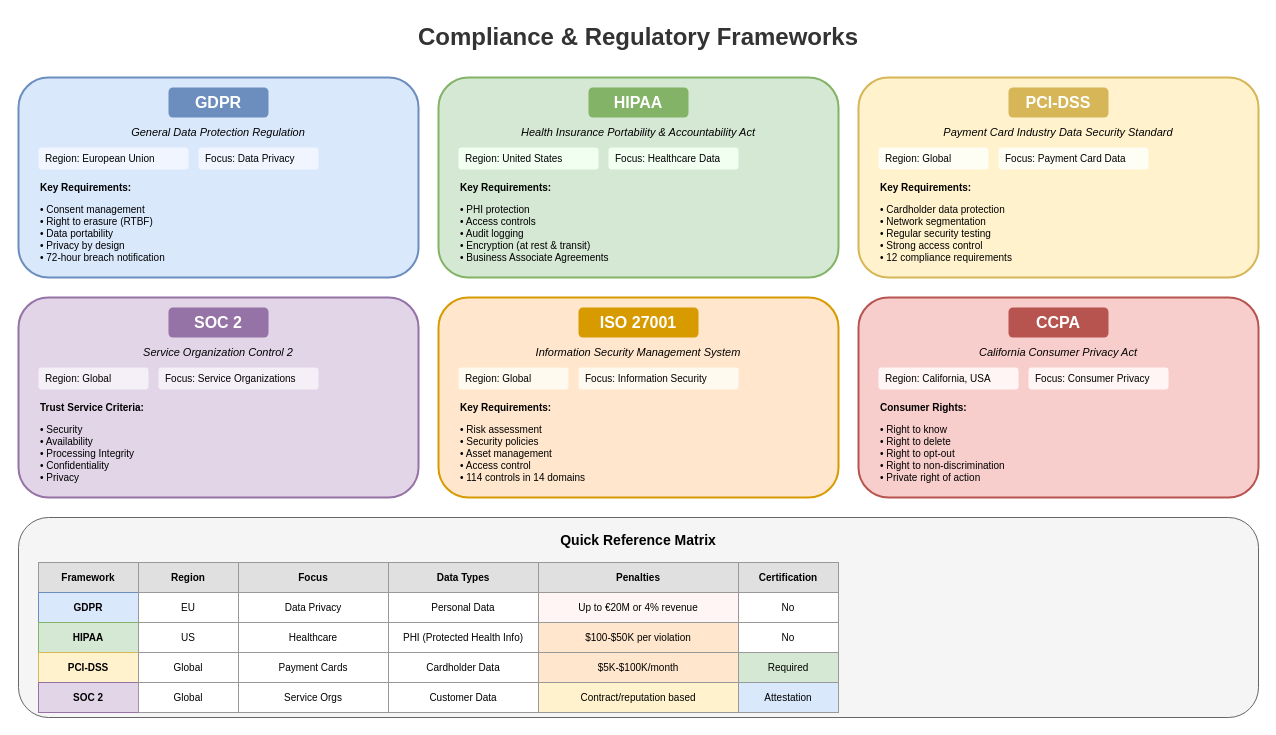
Above: lesson-06-security/diagrams/6.1-regulatory-frameworks.drawio in MrParkerZ7/document-lesson-software-architect-x-claude (draw.io), before the change. Source tidied: cells renumbered, new cells numbered last; positions are measured from the earlier drawing's top-left corner, leaving out a move shared by most shapes. Both pictures are drawn from the tidied source at 100%, with x=0, y=0 at pixel (18, 17).
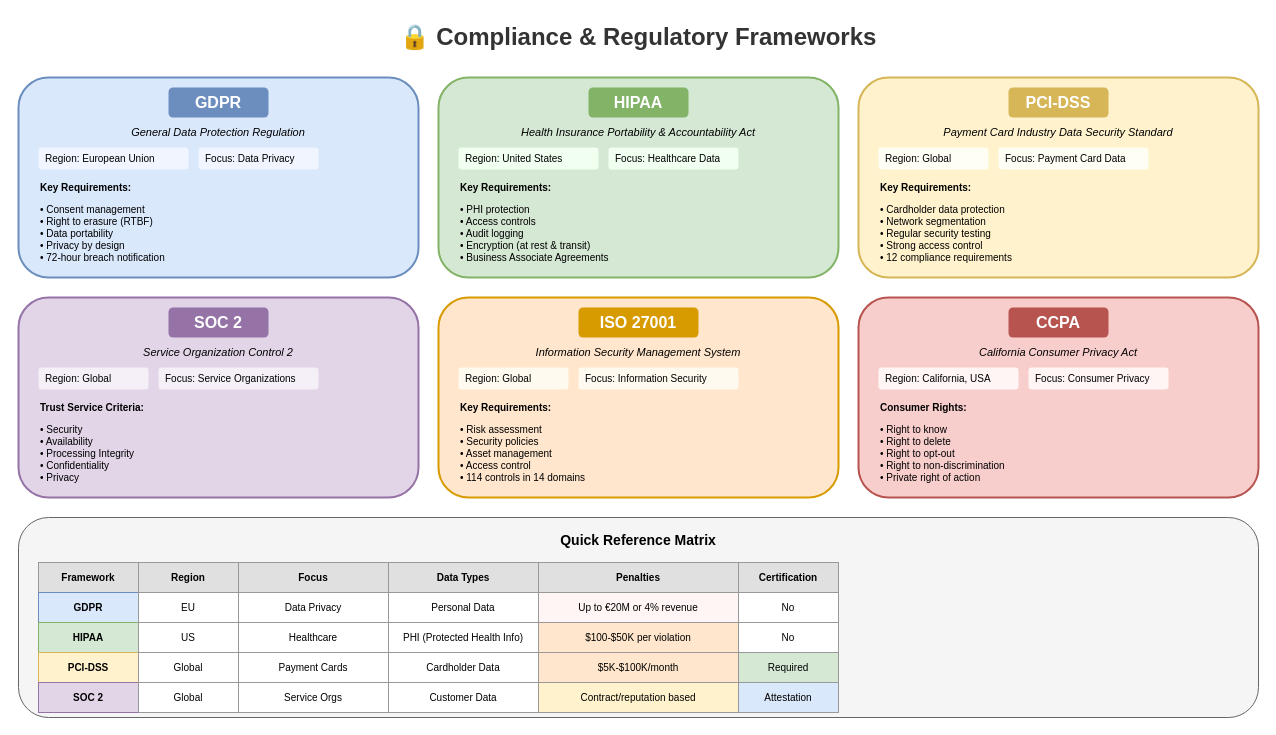
The same page after the edit.

Change to the diagram source:
```diff
@@
-    <mxCell id="2" value="Compliance &amp; Regulatory Frameworks" style="text;html=1;strokeColor=none;fillColor=none;align=center;verticalAlign=middle;whiteSpace=wrap;rounded=0;fontSize=24;fontStyle=1;fontColor=#333333;" parent="1" vertex="1">
+    <mxCell id="2" value="🔒 Compliance &amp; Regulatory Frameworks" style="text;html=1;strokeColor=none;fillColor=none;align=center;verticalAlign=middle;whiteSpace=wrap;rounded=0;fontSize=24;fontStyle=1;fontColor=#333333;" parent="1" vertex="1">
       <mxGeometry x="320" width="600" height="40" as="geometry" />
     </mxCell>
```
